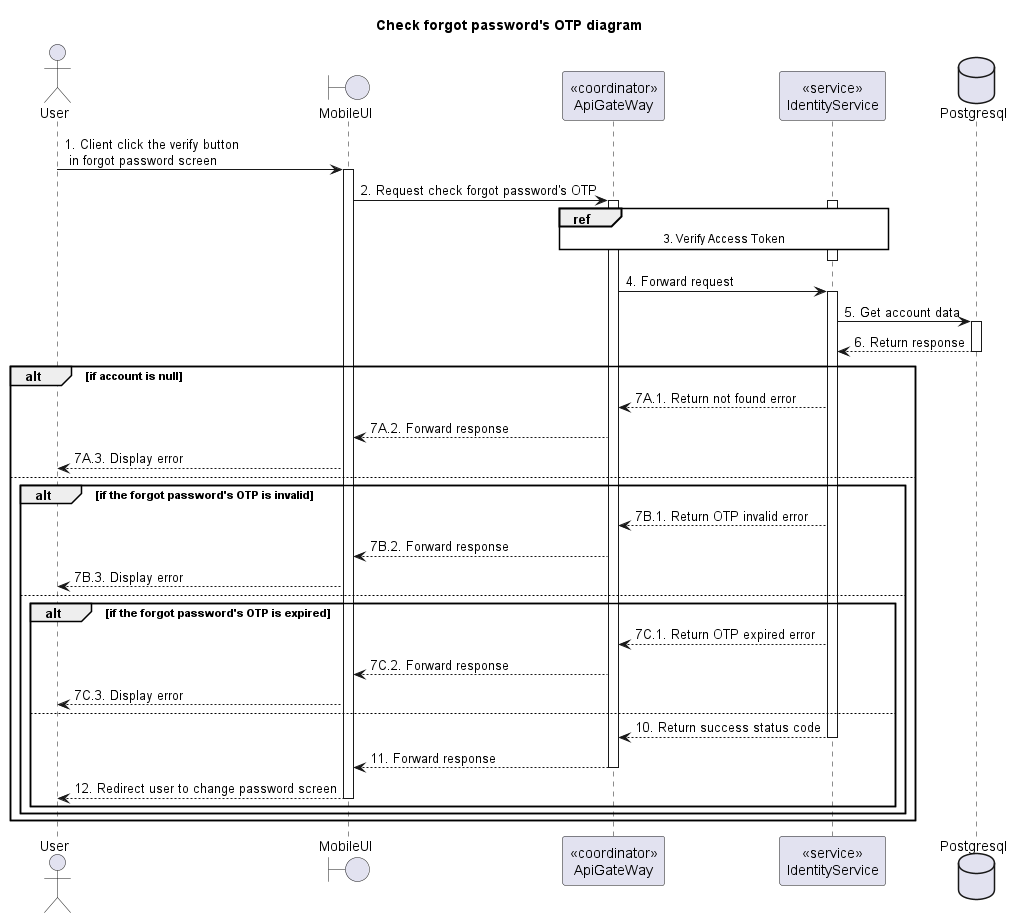
Earlier version of the PlantUML export doc/SDS/Identity/CheckForgotPasswordOTP/Sequence.png (Carl-Johnsons/tastopia).
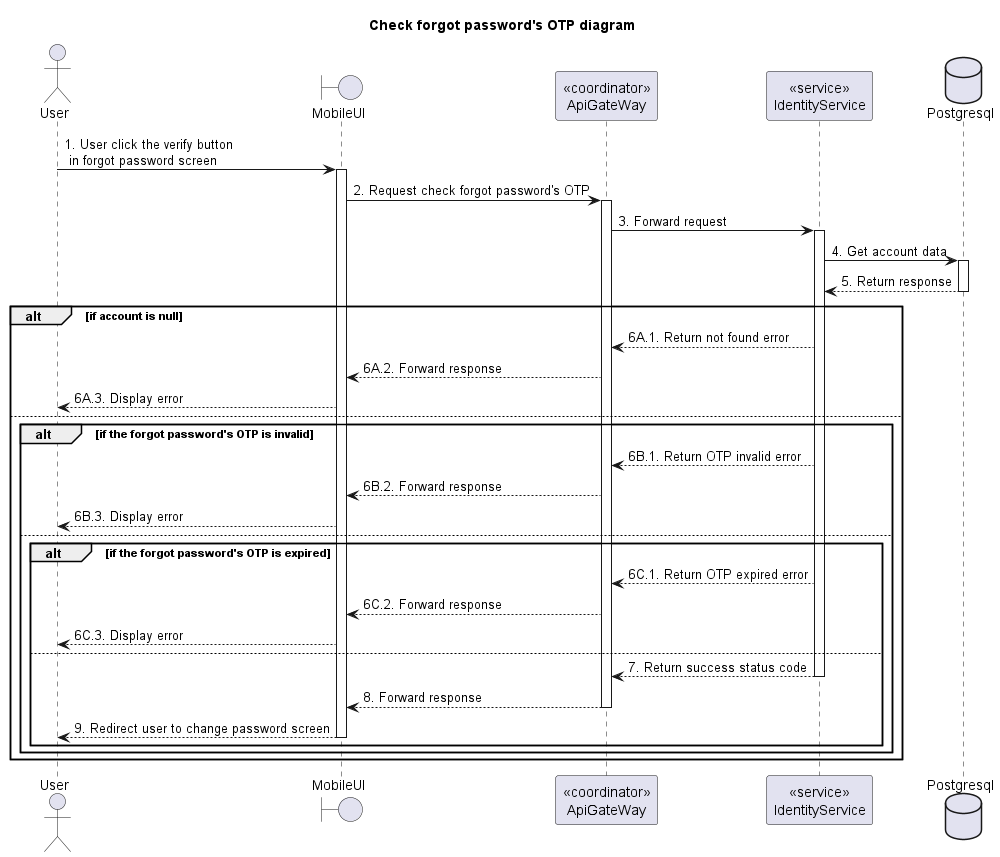
Above is the later version.

What changed in the source:
```diff
@@ -15,36 +15,31 @@
 participant "<<service>>\nIdentityService" as IdentityService
 database Postgresql
 
-User -> MobileUI ++: 1. Client click the verify button\n in forgot password screen
+User -> MobileUI ++: 1. User click the verify button\n in forgot password screen
 MobileUI -> ApiGateway ++: 2. Request check forgot password's OTP
 
-activate IdentityService
-ref over ApiGateway, IdentityService: 3. Verify Access Token
-ApiGateway -[hidden]-> IdentityService
-deactivate IdentityService
-
-ApiGateway -> IdentityService ++: 4. Forward request
-IdentityService -> Postgresql ++: 5. Get account data
-IdentityService <-- Postgresql --: 6. Return response
+ApiGateway -> IdentityService ++: 3. Forward request
+IdentityService -> Postgresql ++: 4. Get account data
+IdentityService <-- Postgresql --: 5. Return response
 
 alt if account is null
-  ApiGateway <-- IdentityService: 7A.1. Return not found error
-  MobileUI <-- ApiGateway: 7A.2. Forward response
-  User <-- MobileUI: 7A.3. Display error
+  ApiGateway <-- IdentityService: 6A.1. Return not found error
+  MobileUI <-- ApiGateway: 6A.2. Forward response
+  User <-- MobileUI: 6A.3. Display error
 else
   alt if the forgot password's OTP is invalid
-    ApiGateway <-- IdentityService: 7B.1. Return OTP invalid error
-    MobileUI <-- ApiGateway: 7B.2. Forward response
-    User <-- MobileUI: 7B.3. Display error
+    ApiGateway <-- IdentityService: 6B.1. Return OTP invalid error
+    MobileUI <-- ApiGateway: 6B.2. Forward response
+    User <-- MobileUI: 6B.3. Display error
   else
     alt if the forgot password's OTP is expired
-      ApiGateway <-- IdentityService: 7C.1. Return OTP expired error
-      MobileUI <-- ApiGateway: 7C.2. Forward response
-      User <-- MobileUI: 7C.3. Display error
+      ApiGateway <-- IdentityService: 6C.1. Return OTP expired error
+      MobileUI <-- ApiGateway: 6C.2. Forward response
+      User <-- MobileUI: 6C.3. Display error
     else
-      ApiGateway <-- IdentityService --: 10. Return success status code
-      MobileUI <-- ApiGateway --: 11. Forward response
-      User <-- MobileUI --: 12. Redirect user to change password screen
+      ApiGateway <-- IdentityService --: 7. Return success status code
+      MobileUI <-- ApiGateway --: 8. Forward response
+      User <-- MobileUI --: 9. Redirect user to change password screen
     end
   end
 end
```
